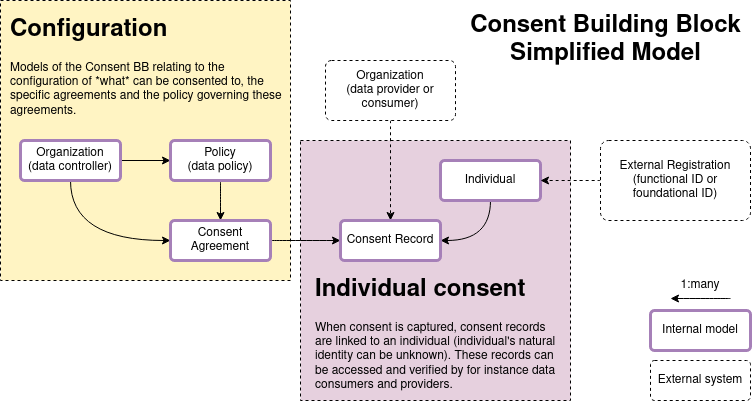
This is spec/images/simple-resource-model.png from GovStackWorkingGroup/bb-consent, a draw.io export, as it was before one commit. Source tidied: cells renumbered, new cells last; positions are measured from the earlier drawing's top-left corner, leaving out a move shared by most shapes.
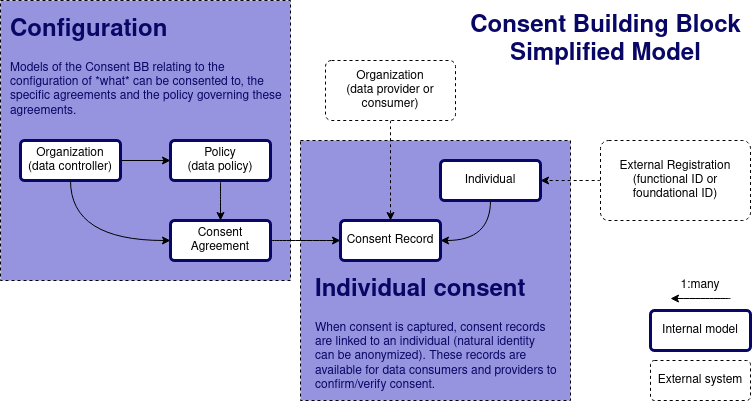
After the change.

Commit message:
Update models from what seems to be a newer source

Diff of the diagram source:
```diff
@@ -2,10 +2,10 @@
   <root>
     <mxCell id="0" />
     <mxCell id="1" parent="0" />
-    <mxCell id="2" style="rounded=0;whiteSpace=wrap;html=1;dashed=1;strokeColor=#000000;strokeWidth=1;fillColor=#E6D0DE;" parent="1" vertex="1">
+    <mxCell id="2" style="rounded=0;whiteSpace=wrap;html=1;dashed=1;strokeColor=#000000;strokeWidth=1;fillColor=#9694DE;" parent="1" vertex="1">
       <mxGeometry x="300" y="140" width="270" height="260" as="geometry" />
     </mxCell>
-    <mxCell id="3" style="rounded=0;whiteSpace=wrap;html=1;dashed=1;strokeColor=#000000;strokeWidth=1;fillColor=#FFF4C3;" parent="1" vertex="1">
+    <mxCell id="3" style="rounded=0;whiteSpace=wrap;html=1;dashed=1;strokeColor=#000000;strokeWidth=1;fillColor=#9694DE;" parent="1" vertex="1">
       <mxGeometry width="290" height="280" as="geometry" />
     </mxCell>
     <mxCell id="4" style="edgeStyle=orthogonalEdgeStyle;rounded=0;jettySize=auto;html=1;entryX=0;entryY=0.5;entryDx=0;entryDy=0;" parent="1" edge="1" source="6" target="8">
@@ -14,19 +14,19 @@
     <mxCell id="5" style="edgeStyle=orthogonalEdgeStyle;curved=1;rounded=0;jettySize=auto;html=1;exitX=0.5;exitY=1;exitDx=0;exitDy=0;entryX=0;entryY=0.5;entryDx=0;entryDy=0;" parent="1" edge="1" source="6" target="10">
       <mxGeometry relative="1" as="geometry" />
     </mxCell>
-    <mxCell id="6" value="Organization&lt;br&gt;(data controller)" style="rounded=1;arcSize=10;whiteSpace=wrap;html=1;align=center;strokeWidth=3;strokeColor=#A680B8;" parent="1" vertex="1">
+    <mxCell id="6" value="Organization&lt;br&gt;(data controller)" style="rounded=1;arcSize=10;whiteSpace=wrap;html=1;align=center;strokeWidth=3;strokeColor=#090765;" parent="1" vertex="1">
       <mxGeometry x="20" y="140" width="100" height="40" as="geometry" />
     </mxCell>
     <mxCell id="7" style="edgeStyle=orthogonalEdgeStyle;rounded=0;jettySize=auto;html=1;entryX=0.5;entryY=0;entryDx=0;entryDy=0;curved=1;" parent="1" edge="1" source="8" target="10">
       <mxGeometry relative="1" as="geometry" />
     </mxCell>
-    <mxCell id="8" value="Policy&lt;br&gt;(data policy)" style="rounded=1;arcSize=10;whiteSpace=wrap;html=1;align=center;strokeWidth=3;strokeColor=#A680B8;" parent="1" vertex="1">
+    <mxCell id="8" value="Policy&lt;br&gt;(data policy)" style="rounded=1;arcSize=10;whiteSpace=wrap;html=1;align=center;strokeWidth=3;strokeColor=#090765;" parent="1" vertex="1">
       <mxGeometry x="170" y="140" width="100" height="40" as="geometry" />
     </mxCell>
     <mxCell id="9" style="edgeStyle=orthogonalEdgeStyle;curved=1;rounded=0;jettySize=auto;html=1;exitX=1;exitY=0.5;exitDx=0;exitDy=0;entryX=0;entryY=0.5;entryDx=0;entryDy=0;" parent="1" edge="1" source="10" target="15">
       <mxGeometry relative="1" as="geometry" />
     </mxCell>
-    <mxCell id="10" value="Consent Agreement" style="rounded=1;arcSize=10;whiteSpace=wrap;html=1;align=center;strokeWidth=3;strokeColor=#A680B8;" parent="1" vertex="1">
+    <mxCell id="10" value="Consent Agreement" style="rounded=1;arcSize=10;whiteSpace=wrap;html=1;align=center;strokeWidth=3;strokeColor=#090765;" parent="1" vertex="1">
       <mxGeometry x="170" y="220" width="100" height="40" as="geometry" />
     </mxCell>
     <mxCell id="11" style="edgeStyle=orthogonalEdgeStyle;curved=1;rounded=0;jettySize=auto;html=1;exitX=0.5;exitY=1;exitDx=0;exitDy=0;entryX=0.5;entryY=0;entryDx=0;entryDy=0;dashed=1;" parent="1" edge="1" source="12" target="15">
@@ -38,10 +38,10 @@
     <mxCell id="13" style="edgeStyle=orthogonalEdgeStyle;curved=1;rounded=0;jettySize=auto;html=1;exitX=0.5;exitY=1;exitDx=0;exitDy=0;entryX=1;entryY=0.5;entryDx=0;entryDy=0;" parent="1" edge="1" source="14" target="15">
       <mxGeometry relative="1" as="geometry" />
     </mxCell>
-    <mxCell id="14" value="Individual" style="rounded=1;arcSize=10;whiteSpace=wrap;html=1;align=center;strokeWidth=3;strokeColor=#A680B8;" parent="1" vertex="1">
+    <mxCell id="14" value="Individual" style="rounded=1;arcSize=10;whiteSpace=wrap;html=1;align=center;strokeWidth=3;strokeColor=#090765;" parent="1" vertex="1">
       <mxGeometry x="440" y="160" width="100" height="40" as="geometry" />
     </mxCell>
-    <mxCell id="15" value="Consent Record" style="rounded=1;arcSize=10;whiteSpace=wrap;html=1;align=center;strokeWidth=3;strokeColor=#A680B8;" parent="1" vertex="1">
+    <mxCell id="15" value="Consent Record" style="rounded=1;arcSize=10;whiteSpace=wrap;html=1;align=center;strokeWidth=3;strokeColor=#090765;" parent="1" vertex="1">
       <mxGeometry x="340" y="220" width="100" height="40" as="geometry" />
     </mxCell>
     <mxCell id="16" style="edgeStyle=orthogonalEdgeStyle;curved=1;rounded=0;jettySize=auto;html=1;exitX=0;exitY=0.5;exitDx=0;exitDy=0;entryX=1;entryY=0.5;entryDx=0;entryDy=0;dashed=1;" parent="1" edge="1" source="17" target="14">
@@ -53,16 +53,16 @@
     <mxCell id="18" value="&lt;div&gt;External system&lt;/div&gt;" style="rounded=1;arcSize=10;whiteSpace=wrap;html=1;align=center;dashed=1;strokeColor=#000000;strokeWidth=1;" parent="1" vertex="1">
       <mxGeometry x="650" y="360" width="100" height="40" as="geometry" />
     </mxCell>
-    <mxCell id="19" value="Internal model" style="rounded=1;arcSize=10;whiteSpace=wrap;html=1;align=center;strokeWidth=3;strokeColor=#A680B8;" parent="1" vertex="1">
+    <mxCell id="19" value="Internal model" style="rounded=1;arcSize=10;whiteSpace=wrap;html=1;align=center;strokeWidth=3;strokeColor=#090765;" parent="1" vertex="1">
       <mxGeometry x="650" y="310" width="100" height="40" as="geometry" />
     </mxCell>
-    <mxCell id="20" value="&lt;h1&gt;Configuration&lt;/h1&gt;&lt;p&gt;Models of the Consent BB relating to the configuration of *what* can be consented to, the specific agreements and the policy governing these agreements.&lt;br&gt;&lt;/p&gt;" style="text;html=1;strokeColor=none;fillColor=none;spacing=5;spacingTop=-20;whiteSpace=wrap;overflow=hidden;rounded=0;dashed=1;" parent="1" vertex="1">
+    <mxCell id="20" value="&lt;h1&gt;Configuration&lt;/h1&gt;&lt;p&gt;Models of the Consent BB relating to the configuration of *what* can be consented to, the specific agreements and the policy governing these agreements.&lt;br&gt;&lt;/p&gt;" style="text;html=1;strokeColor=none;fillColor=none;spacing=5;spacingTop=-20;whiteSpace=wrap;overflow=hidden;rounded=0;dashed=1;fontColor=#090765;" parent="1" vertex="1">
       <mxGeometry x="5" y="10" width="280" height="120" as="geometry" />
     </mxCell>
-    <mxCell id="21" value="&lt;h1&gt;Individual consent&lt;br&gt;&lt;/h1&gt;&lt;p&gt;When consent is captured, consent records are linked to an individual (individual's natural identity can be unknown). These records can be accessed and verified by for instance data consumers and providers.&lt;br&gt;&lt;/p&gt;" style="text;html=1;strokeColor=none;fillColor=none;spacing=5;spacingTop=-20;whiteSpace=wrap;overflow=hidden;rounded=0;dashed=1;" parent="1" vertex="1">
+    <mxCell id="21" value="&lt;h1&gt;Individual consent&lt;br&gt;&lt;/h1&gt;&lt;p&gt;When consent is captured, consent records are linked to an individual (natural identity can be anonymized). These records are available for data consumers and providers  to confirm/verify consent.&lt;br&gt;&lt;/p&gt;" style="text;html=1;strokeColor=none;fillColor=none;spacing=5;spacingTop=-20;whiteSpace=wrap;overflow=hidden;rounded=0;dashed=1;fontColor=#090765;" parent="1" vertex="1">
       <mxGeometry x="310" y="270" width="250" height="130" as="geometry" />
     </mxCell>
-    <mxCell id="22" value="Consent Building Block&lt;br&gt;Simplified Model" style="text;strokeColor=none;fillColor=none;html=1;fontSize=24;fontStyle=1;verticalAlign=middle;align=center;dashed=1;" parent="1" vertex="1">
+    <mxCell id="22" value="Consent Building Block&lt;br&gt;Simplified Model" style="text;strokeColor=none;fillColor=none;html=1;fontSize=24;fontStyle=1;verticalAlign=middle;align=center;dashed=1;fontColor=#090765;" parent="1" vertex="1">
       <mxGeometry x="460" y="10" width="290" height="60" as="geometry" />
     </mxCell>
     <mxCell id="23" style="endArrow=classic;html=1;rounded=0;curved=1;" parent="1" edge="1">
```
